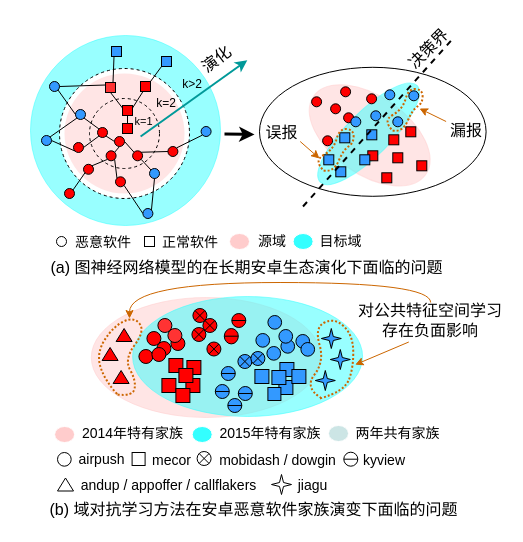
sunray42/diagrams keeps this draw.io diagram as importance_weight_schema.drawio. Above is the earlier version. Source tidied: cells renumbered, new cells numbered last; positions are measured from the earlier drawing's top-left corner, leaving out a move shared by most shapes. Both pictures are drawn from the tidied source at 100%, with x=0, y=0 at pixel (30, 33).
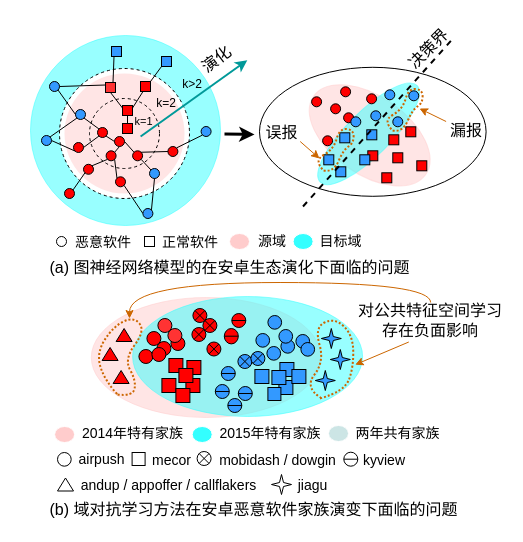
The same page after the edit.

Diff of the diagram source:
```diff
@@
-    <mxCell id="65" value="&lt;font style=&quot;font-size: 16px;&quot;&gt;(a) 图神经网络模型的在长期安卓生态演化下面临的问题&lt;/font&gt;" style="text;html=1;strokeColor=none;fillColor=none;align=center;verticalAlign=middle;whiteSpace=wrap;rounded=0;fontSize=14;" parent="1" vertex="1">
-      <mxGeometry x="4" y="219" width="425" height="30" as="geometry" />
+    <mxCell id="65" value="&lt;font style=&quot;font-size: 16px;&quot;&gt;(a) 图神经网络模型的在安卓生态演化下面临的问题&lt;/font&gt;" style="text;html=1;strokeColor=none;fillColor=none;align=center;verticalAlign=middle;whiteSpace=wrap;rounded=0;fontSize=14;" parent="1" vertex="1">
+      <mxGeometry x="-13" y="219" width="425" height="30" as="geometry" />
     </mxCell>
```
